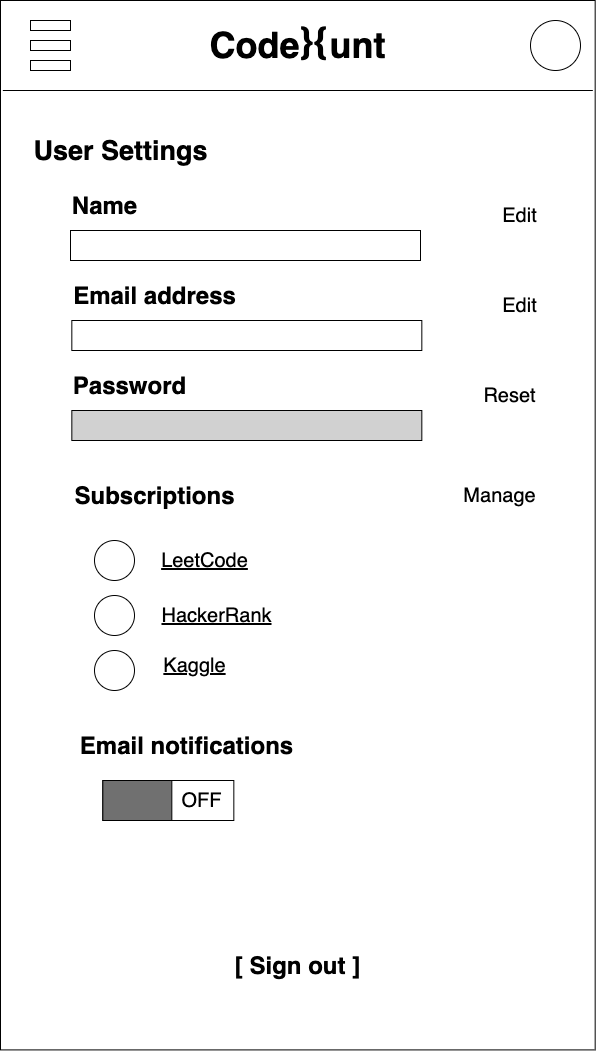
Earlier version of the draw.io export ux-design/wireframe/Wireframe-User-Settings.png (software-students-spring2022/final-project-codehunt). Source tidied: cells renumbered, new cells last; positions are measured from the earlier drawing's top-left corner, leaving out a move shared by most shapes. The source it was exported from:
```xml
<mxGraphModel>
  <root>
    <mxCell id="0" />
    <mxCell id="1" parent="0" />
    <mxCell id="2" style="rounded=0;whiteSpace=wrap;html=1;" parent="1" vertex="1">
      <mxGeometry width="594.7" height="1049.4" as="geometry" />
    </mxCell>
    <mxCell id="3" style="endArrow=none;html=1;rounded=0;" parent="1" edge="1">
      <mxGeometry relative="1" as="geometry">
        <mxPoint x="592.3" y="90" as="sourcePoint" />
        <mxPoint x="2.3" y="90" as="targetPoint" />
      </mxGeometry>
    </mxCell>
    <mxCell id="4" value="Code&amp;nbsp; &amp;nbsp;unt" style="text;html=1;align=center;verticalAlign=middle;strokeColor=none;fillColor=none;fontSize=36;fontStyle=1;" parent="1" vertex="1">
      <mxGeometry x="202.3" y="20" width="190" height="50" as="geometry" />
    </mxCell>
    <mxCell id="5" style="ellipse;whiteSpace=wrap;html=1;fontSize=22;" parent="1" vertex="1">
      <mxGeometry x="530" y="20" width="50" height="50" as="geometry" />
    </mxCell>
    <mxCell id="6" style="rounded=0;whiteSpace=wrap;html=1;fontSize=22;" parent="1" vertex="1">
      <mxGeometry x="30" y="20" width="40" height="10" as="geometry" />
    </mxCell>
    <mxCell id="7" style="rounded=0;whiteSpace=wrap;html=1;fontSize=22;" parent="1" vertex="1">
      <mxGeometry x="30" y="40" width="40" height="10" as="geometry" />
    </mxCell>
    <mxCell id="8" style="rounded=0;whiteSpace=wrap;html=1;fontSize=22;" parent="1" vertex="1">
      <mxGeometry x="30" y="60" width="40" height="10" as="geometry" />
    </mxCell>
    <mxCell id="9" value="User Settings" style="text;html=1;align=center;verticalAlign=middle;strokeColor=none;fillColor=none;fontSize=27;fontStyle=1;" parent="1" vertex="1">
      <mxGeometry x="25" y="130" width="190" height="40" as="geometry" />
    </mxCell>
    <mxCell id="10" value="Name" style="text;html=1;align=center;verticalAlign=middle;strokeColor=none;fillColor=none;fontSize=24;fontStyle=1;" parent="1" vertex="1">
      <mxGeometry x="64" y="190" width="80" height="30" as="geometry" />
    </mxCell>
    <mxCell id="11" value="Email address" style="text;html=1;align=center;verticalAlign=middle;strokeColor=none;fillColor=none;fontSize=24;fontStyle=1;" parent="1" vertex="1">
      <mxGeometry x="64" y="280" width="180" height="30" as="geometry" />
    </mxCell>
    <mxCell id="12" value="Subscriptions" style="text;html=1;align=center;verticalAlign=middle;strokeColor=none;fillColor=none;fontSize=24;fontStyle=1;" parent="1" vertex="1">
      <mxGeometry x="64" y="480" width="180" height="30" as="geometry" />
    </mxCell>
    <mxCell id="13" value="Edit" style="text;html=1;align=center;verticalAlign=middle;strokeColor=none;fillColor=none;fontSize=20;" parent="1" vertex="1">
      <mxGeometry x="494" y="200" width="50" height="30" as="geometry" />
    </mxCell>
    <mxCell id="14" value="Edit" style="text;html=1;align=center;verticalAlign=middle;strokeColor=none;fillColor=none;fontSize=20;" parent="1" vertex="1">
      <mxGeometry x="494" y="290" width="50" height="30" as="geometry" />
    </mxCell>
    <mxCell id="15" style="rounded=0;whiteSpace=wrap;html=1;fontSize=20;" parent="1" vertex="1">
      <mxGeometry x="70" y="230" width="350" height="30" as="geometry" />
    </mxCell>
    <mxCell id="16" style="rounded=0;whiteSpace=wrap;html=1;fontSize=20;" parent="1" vertex="1">
      <mxGeometry x="71.3" y="320" width="350" height="30" as="geometry" />
    </mxCell>
    <mxCell id="17" value="&lt;u&gt;LeetCode&lt;/u&gt;" style="text;html=1;align=center;verticalAlign=middle;strokeColor=none;fillColor=none;fontSize=20;" parent="1" vertex="1">
      <mxGeometry x="154" y="545" width="100" height="30" as="geometry" />
    </mxCell>
    <mxCell id="18" style="ellipse;whiteSpace=wrap;html=1;fontSize=22;" parent="1" vertex="1">
      <mxGeometry x="94" y="540" width="40" height="40" as="geometry" />
    </mxCell>
    <mxCell id="19" value="&lt;u&gt;HackerRank&lt;/u&gt;" style="text;html=1;align=center;verticalAlign=middle;strokeColor=none;fillColor=none;fontSize=20;" parent="1" vertex="1">
      <mxGeometry x="151" y="600" width="130" height="30" as="geometry" />
    </mxCell>
    <mxCell id="20" style="ellipse;whiteSpace=wrap;html=1;fontSize=22;" parent="1" vertex="1">
      <mxGeometry x="94" y="595" width="40" height="40" as="geometry" />
    </mxCell>
    <mxCell id="21" value="&lt;u&gt;Kaggle&lt;/u&gt;" style="text;html=1;align=center;verticalAlign=middle;strokeColor=none;fillColor=none;fontSize=20;" parent="1" vertex="1">
      <mxGeometry x="154" y="650" width="80" height="30" as="geometry" />
    </mxCell>
    <mxCell id="22" style="ellipse;whiteSpace=wrap;html=1;fontSize=22;" parent="1" vertex="1">
      <mxGeometry x="94" y="650" width="40" height="40" as="geometry" />
    </mxCell>
    <mxCell id="23" value="Manage" style="text;html=1;align=center;verticalAlign=middle;strokeColor=none;fillColor=none;fontSize=20;" parent="1" vertex="1">
      <mxGeometry x="454" y="480" width="90" height="30" as="geometry" />
    </mxCell>
    <mxCell id="24" value="Email notifications" style="text;html=1;align=center;verticalAlign=middle;strokeColor=none;fillColor=none;fontSize=24;fontStyle=1;" parent="1" vertex="1">
      <mxGeometry x="71.3" y="730" width="230" height="30" as="geometry" />
    </mxCell>
    <mxCell id="25" style="rounded=0;whiteSpace=wrap;html=1;fontSize=20;" parent="1" vertex="1">
      <mxGeometry x="102.3" y="780" width="131" height="40" as="geometry" />
    </mxCell>
    <mxCell id="26" style="endArrow=none;html=1;rounded=0;fontSize=20;exitX=0.5;exitY=0;exitDx=0;exitDy=0;entryX=0.5;entryY=1;entryDx=0;entryDy=0;" parent="1" edge="1" source="25" target="25">
      <mxGeometry relative="1" as="geometry" />
    </mxCell>
    <mxCell id="27" value="OFF" style="text;html=1;align=center;verticalAlign=middle;strokeColor=none;fillColor=none;fontSize=20;" parent="1" vertex="1">
      <mxGeometry x="170.7" y="785" width="60" height="30" as="geometry" />
    </mxCell>
    <mxCell id="28" style="rounded=0;whiteSpace=wrap;html=1;fontSize=20;fillColor=#707070;" parent="1" vertex="1">
      <mxGeometry x="102.3" y="780" width="69" height="40" as="geometry" />
    </mxCell>
    <mxCell id="29" value="}{" style="text;html=1;align=center;verticalAlign=middle;strokeColor=none;fillColor=none;fontSize=36;fontStyle=1;" parent="1" vertex="1">
      <mxGeometry x="294" y="15" width="40" height="50" as="geometry" />
    </mxCell>
    <mxCell id="30" value="[ Sign out ]" style="text;html=1;align=center;verticalAlign=middle;strokeColor=none;fillColor=none;fontSize=24;fontStyle=1;" parent="1" vertex="1">
      <mxGeometry x="227.3" y="950" width="140" height="30" as="geometry" />
    </mxCell>
    <mxCell id="31" value="Password" style="text;html=1;align=center;verticalAlign=middle;strokeColor=none;fillColor=none;fontSize=24;fontStyle=1;" parent="1" vertex="1">
      <mxGeometry x="64" y="370" width="130" height="30" as="geometry" />
    </mxCell>
    <mxCell id="32" value="Reset" style="text;html=1;align=center;verticalAlign=middle;strokeColor=none;fillColor=none;fontSize=20;" parent="1" vertex="1">
      <mxGeometry x="474" y="380" width="70" height="30" as="geometry" />
    </mxCell>
    <mxCell id="33" style="rounded=0;whiteSpace=wrap;html=1;fontSize=20;fontColor=#D1D1D1;fillColor=#D1D1D1;" parent="1" vertex="1">
      <mxGeometry x="71.3" y="410" width="350" height="30" as="geometry" />
    </mxCell>
  </root>
</mxGraphModel>
```
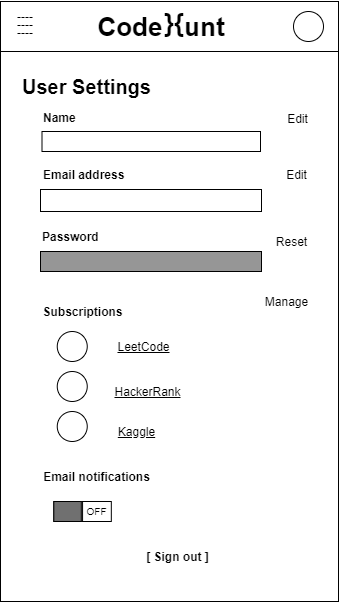
The same diagram one commit later.

The edit, as a diff of the source:
```diff
@@ -2,104 +2,95 @@
   <root>
     <mxCell id="0" />
     <mxCell id="1" parent="0" />
-    <mxCell id="2" style="rounded=0;whiteSpace=wrap;html=1;" parent="1" vertex="1">
-      <mxGeometry width="594.7" height="1049.4" as="geometry" />
-    </mxCell>
-    <mxCell id="3" style="endArrow=none;html=1;rounded=0;" parent="1" edge="1">
-      <mxGeometry relative="1" as="geometry">
-        <mxPoint x="592.3" y="90" as="sourcePoint" />
-        <mxPoint x="2.3" y="90" as="targetPoint" />
-      </mxGeometry>
-    </mxCell>
-    <mxCell id="4" value="Code&amp;nbsp; &amp;nbsp;unt" style="text;html=1;align=center;verticalAlign=middle;strokeColor=none;fillColor=none;fontSize=36;fontStyle=1;" parent="1" vertex="1">
-      <mxGeometry x="202.3" y="20" width="190" height="50" as="geometry" />
-    </mxCell>
-    <mxCell id="5" style="ellipse;whiteSpace=wrap;html=1;fontSize=22;" parent="1" vertex="1">
-      <mxGeometry x="530" y="20" width="50" height="50" as="geometry" />
-    </mxCell>
-    <mxCell id="6" style="rounded=0;whiteSpace=wrap;html=1;fontSize=22;" parent="1" vertex="1">
-      <mxGeometry x="30" y="20" width="40" height="10" as="geometry" />
-    </mxCell>
-    <mxCell id="7" style="rounded=0;whiteSpace=wrap;html=1;fontSize=22;" parent="1" vertex="1">
-      <mxGeometry x="30" y="40" width="40" height="10" as="geometry" />
-    </mxCell>
-    <mxCell id="8" style="rounded=0;whiteSpace=wrap;html=1;fontSize=22;" parent="1" vertex="1">
-      <mxGeometry x="30" y="60" width="40" height="10" as="geometry" />
-    </mxCell>
-    <mxCell id="9" value="User Settings" style="text;html=1;align=center;verticalAlign=middle;strokeColor=none;fillColor=none;fontSize=27;fontStyle=1;" parent="1" vertex="1">
-      <mxGeometry x="25" y="130" width="190" height="40" as="geometry" />
-    </mxCell>
+    <mxCell id="34" style="rounded=0;whiteSpace=wrap;html=1;fontSize=8;" parent="1" vertex="1">
+      <mxGeometry x="110" y="20" width="338" height="600" as="geometry" />
+    </mxCell>
+    <mxCell id="35" style="rounded=0;whiteSpace=wrap;html=1;" parent="1" vertex="1">
+      <mxGeometry x="110" y="20" width="338" height="50" as="geometry" />
+    </mxCell>
+    <mxCell id="36" value="&lt;p style=&quot;line-height: 0.7&quot;&gt;----&lt;br&gt;----&lt;br&gt;----&lt;/p&gt;" style="text;html=1;strokeColor=none;fillColor=none;align=center;verticalAlign=middle;whiteSpace=wrap;rounded=0;" parent="1" vertex="1">
+      <mxGeometry x="120" y="28" width="30" height="30" as="geometry" />
+    </mxCell>
+    <mxCell id="29" value="}{" style="text;html=1;strokeColor=none;fillColor=none;align=center;verticalAlign=middle;whiteSpace=wrap;rounded=0;fontSize=26;fontStyle=1;" parent="1" vertex="1">
+      <mxGeometry x="254" y="27" width="60" height="30" as="geometry" />
+    </mxCell>
+    <mxCell id="37" style="ellipse;whiteSpace=wrap;html=1;fontSize=28;" parent="1" vertex="1">
+      <mxGeometry x="403" y="30" width="30" height="30" as="geometry" />
+    </mxCell>
+    <mxCell id="38" style="rounded=0;whiteSpace=wrap;html=1;fontSize=21;" parent="1" vertex="1">
+      <mxGeometry x="151.5" y="150" width="218.5" height="20" as="geometry" />
+    </mxCell>
-    <mxCell id="10" value="Name" style="text;html=1;align=center;verticalAlign=middle;strokeColor=none;fillColor=none;fontSize=24;fontStyle=1;" parent="1" vertex="1">
-      <mxGeometry x="64" y="190" width="80" height="30" as="geometry" />
+    <mxCell id="10" value="Name" style="text;html=1;strokeColor=none;fillColor=none;align=left;verticalAlign=middle;whiteSpace=wrap;rounded=0;fontSize=12;fontStyle=1;" parent="1" vertex="1">
+      <mxGeometry x="151.5" y="120" width="100" height="32" as="geometry" />
     </mxCell>
-    <mxCell id="11" value="Email address" style="text;html=1;align=center;verticalAlign=middle;strokeColor=none;fillColor=none;fontSize=24;fontStyle=1;" parent="1" vertex="1">
-      <mxGeometry x="64" y="280" width="180" height="30" as="geometry" />
+    <mxCell id="11" value="Email address" style="text;html=1;strokeColor=none;fillColor=none;align=left;verticalAlign=middle;whiteSpace=wrap;rounded=0;fontSize=12;fontStyle=1;" parent="1" vertex="1">
+      <mxGeometry x="151.5" y="178" width="151" height="30" as="geometry" />
     </mxCell>
+    <mxCell id="31" value="Password" style="text;html=1;strokeColor=none;fillColor=none;align=left;verticalAlign=middle;whiteSpace=wrap;rounded=0;fontSize=12;fontStyle=1;" parent="1" vertex="1">
+      <mxGeometry x="150" y="240" width="154.6" height="30" as="geometry" />
+    </mxCell>
+    <mxCell id="39" style="rounded=0;whiteSpace=wrap;html=1;fontSize=21;" parent="1" vertex="1">
+      <mxGeometry x="150" y="208" width="221" height="22" as="geometry" />
+    </mxCell>
+    <mxCell id="40" style="rounded=0;whiteSpace=wrap;html=1;fontSize=21;fillColor=#969696;" parent="1" vertex="1">
+      <mxGeometry x="150" y="270" width="221" height="20" as="geometry" />
+    </mxCell>
+    <mxCell id="4" value="&lt;b style=&quot;font-size: 26px;&quot;&gt;Code&amp;nbsp; &amp;nbsp;unt&lt;/b&gt;" style="text;html=1;strokeColor=none;fillColor=none;align=center;verticalAlign=middle;whiteSpace=wrap;rounded=0;fontSize=26;" parent="1" vertex="1">
+      <mxGeometry x="156.4" y="31" width="230" height="30" as="geometry" />
+    </mxCell>
+    <mxCell id="9" value="User Settings" style="text;html=1;align=center;verticalAlign=middle;strokeColor=none;fillColor=none;fontSize=20;fontStyle=1;" parent="1" vertex="1">
+      <mxGeometry x="126.4" y="90" width="140" height="30" as="geometry" />
+    </mxCell>
-    <mxCell id="12" value="Subscriptions" style="text;html=1;align=center;verticalAlign=middle;strokeColor=none;fillColor=none;fontSize=24;fontStyle=1;" parent="1" vertex="1">
-      <mxGeometry x="64" y="480" width="180" height="30" as="geometry" />
+    <mxCell id="12" value="Subscriptions" style="text;html=1;align=center;verticalAlign=middle;strokeColor=none;fillColor=none;fontSize=12;fontStyle=1;" parent="1" vertex="1">
+      <mxGeometry x="142.1" y="320" width="100" height="20" as="geometry" />
     </mxCell>
-    <mxCell id="13" value="Edit" style="text;html=1;align=center;verticalAlign=middle;strokeColor=none;fillColor=none;fontSize=20;" parent="1" vertex="1">
-      <mxGeometry x="494" y="200" width="50" height="30" as="geometry" />
-    </mxCell>
-    <mxCell id="14" value="Edit" style="text;html=1;align=center;verticalAlign=middle;strokeColor=none;fillColor=none;fontSize=20;" parent="1" vertex="1">
-      <mxGeometry x="494" y="290" width="50" height="30" as="geometry" />
-    </mxCell>
-    <mxCell id="15" style="rounded=0;whiteSpace=wrap;html=1;fontSize=20;" parent="1" vertex="1">
-      <mxGeometry x="70" y="230" width="350" height="30" as="geometry" />
-    </mxCell>
-    <mxCell id="16" style="rounded=0;whiteSpace=wrap;html=1;fontSize=20;" parent="1" vertex="1">
-      <mxGeometry x="71.3" y="320" width="350" height="30" as="geometry" />
-    </mxCell>
-    <mxCell id="17" value="&lt;u&gt;LeetCode&lt;/u&gt;" style="text;html=1;align=center;verticalAlign=middle;strokeColor=none;fillColor=none;fontSize=20;" parent="1" vertex="1">
-      <mxGeometry x="154" y="545" width="100" height="30" as="geometry" />
+    <mxCell id="17" value="&lt;u style=&quot;font-size: 12px;&quot;&gt;LeetCode&lt;/u&gt;" style="text;html=1;align=center;verticalAlign=middle;strokeColor=none;fillColor=none;fontSize=12;" parent="1" vertex="1">
+      <mxGeometry x="218.1" y="355" width="70" height="20" as="geometry" />
     </mxCell>
-    <mxCell id="18" style="ellipse;whiteSpace=wrap;html=1;fontSize=22;" parent="1" vertex="1">
-      <mxGeometry x="94" y="540" width="40" height="40" as="geometry" />
-    </mxCell>
+    <mxCell id="41" style="ellipse;whiteSpace=wrap;html=1;fontSize=18;" parent="1" vertex="1">
+      <mxGeometry x="166.8" y="350" width="30" height="30" as="geometry" />
+    </mxCell>
-    <mxCell id="19" value="&lt;u&gt;HackerRank&lt;/u&gt;" style="text;html=1;align=center;verticalAlign=middle;strokeColor=none;fillColor=none;fontSize=20;" parent="1" vertex="1">
-      <mxGeometry x="151" y="600" width="130" height="30" as="geometry" />
+    <mxCell id="19" value="&lt;u style=&quot;font-size: 12px;&quot;&gt;HackerRank&lt;/u&gt;" style="text;html=1;align=center;verticalAlign=middle;strokeColor=none;fillColor=none;fontSize=12;" parent="1" vertex="1">
+      <mxGeometry x="217.2" y="400" width="80" height="20" as="geometry" />
     </mxCell>
-    <mxCell id="20" style="ellipse;whiteSpace=wrap;html=1;fontSize=22;" parent="1" vertex="1">
-      <mxGeometry x="94" y="595" width="40" height="40" as="geometry" />
-    </mxCell>
-    <mxCell id="21" value="&lt;u&gt;Kaggle&lt;/u&gt;" style="text;html=1;align=center;verticalAlign=middle;strokeColor=none;fillColor=none;fontSize=20;" parent="1" vertex="1">
-      <mxGeometry x="154" y="650" width="80" height="30" as="geometry" />
+    <mxCell id="21" value="&lt;u style=&quot;font-size: 12px;&quot;&gt;Kaggle&lt;/u&gt;" style="text;html=1;align=center;verticalAlign=middle;strokeColor=none;fillColor=none;fontSize=12;" parent="1" vertex="1">
+      <mxGeometry x="220.8" y="440" width="50" height="20" as="geometry" />
     </mxCell>
-    <mxCell id="22" style="ellipse;whiteSpace=wrap;html=1;fontSize=22;" parent="1" vertex="1">
-      <mxGeometry x="94" y="650" width="40" height="40" as="geometry" />
-    </mxCell>
-    <mxCell id="23" value="Manage" style="text;html=1;align=center;verticalAlign=middle;strokeColor=none;fillColor=none;fontSize=20;" parent="1" vertex="1">
-      <mxGeometry x="454" y="480" width="90" height="30" as="geometry" />
+    <mxCell id="23" value="Manage" style="text;html=1;align=center;verticalAlign=middle;strokeColor=none;fillColor=none;fontSize=12;" parent="1" vertex="1">
+      <mxGeometry x="365.9" y="310" width="60" height="20" as="geometry" />
     </mxCell>
+    <mxCell id="42" style="ellipse;whiteSpace=wrap;html=1;fontSize=18;" parent="1" vertex="1">
+      <mxGeometry x="166.8" y="390" width="30" height="30" as="geometry" />
+    </mxCell>
+    <mxCell id="43" style="ellipse;whiteSpace=wrap;html=1;fontSize=18;" parent="1" vertex="1">
+      <mxGeometry x="166.8" y="430" width="30" height="30" as="geometry" />
+    </mxCell>
-    <mxCell id="24" value="Email notifications" style="text;html=1;align=center;verticalAlign=middle;strokeColor=none;fillColor=none;fontSize=24;fontStyle=1;" parent="1" vertex="1">
-      <mxGeometry x="71.3" y="730" width="230" height="30" as="geometry" />
+    <mxCell id="24" value="Email notifications" style="text;html=1;align=center;verticalAlign=middle;strokeColor=none;fillColor=none;fontSize=12;fontStyle=1;" parent="1" vertex="1">
+      <mxGeometry x="146.4" y="484.7" width="120" height="20" as="geometry" />
     </mxCell>
-    <mxCell id="25" style="rounded=0;whiteSpace=wrap;html=1;fontSize=20;" parent="1" vertex="1">
-      <mxGeometry x="102.3" y="780" width="131" height="40" as="geometry" />
-    </mxCell>
-    <mxCell id="26" style="endArrow=none;html=1;rounded=0;fontSize=20;exitX=0.5;exitY=0;exitDx=0;exitDy=0;entryX=0.5;entryY=1;entryDx=0;entryDy=0;" parent="1" edge="1" source="25" target="25">
-      <mxGeometry relative="1" as="geometry" />
-    </mxCell>
+    <mxCell id="44" style="rounded=0;whiteSpace=wrap;html=1;fontSize=20;" parent="1" vertex="1">
+      <mxGeometry x="163.3" y="520" width="57.5" height="20" as="geometry" />
+    </mxCell>
+    <mxCell id="45" style="endArrow=none;html=1;rounded=0;fontSize=20;exitX=0.5;exitY=0;exitDx=0;exitDy=0;entryX=0.5;entryY=1;entryDx=0;entryDy=0;" parent="1" edge="1" source="44" target="44">
+      <mxGeometry relative="1" as="geometry" />
+    </mxCell>
-    <mxCell id="27" value="OFF" style="text;html=1;align=center;verticalAlign=middle;strokeColor=none;fillColor=none;fontSize=20;" parent="1" vertex="1">
-      <mxGeometry x="170.7" y="785" width="60" height="30" as="geometry" />
+    <mxCell id="27" value="OFF" style="text;html=1;align=center;verticalAlign=middle;strokeColor=none;fillColor=none;fontSize=10;" parent="1" vertex="1">
+      <mxGeometry x="186.4" y="520" width="40" height="20" as="geometry" />
     </mxCell>
-    <mxCell id="28" style="rounded=0;whiteSpace=wrap;html=1;fontSize=20;fillColor=#707070;" parent="1" vertex="1">
-      <mxGeometry x="102.3" y="780" width="69" height="40" as="geometry" />
-    </mxCell>
-    <mxCell id="29" value="}{" style="text;html=1;align=center;verticalAlign=middle;strokeColor=none;fillColor=none;fontSize=36;fontStyle=1;" parent="1" vertex="1">
-      <mxGeometry x="294" y="15" width="40" height="50" as="geometry" />
-    </mxCell>
+    <mxCell id="46" style="rounded=0;whiteSpace=wrap;html=1;fontSize=20;fillColor=#707070;" parent="1" vertex="1">
+      <mxGeometry x="163.3" y="520" width="27.5" height="20" as="geometry" />
+    </mxCell>
+    <mxCell id="47" value="Edit" style="text;html=1;align=center;verticalAlign=middle;strokeColor=none;fillColor=none;fontSize=12;" parent="1" vertex="1">
+      <mxGeometry x="386.5" y="127" width="40" height="20" as="geometry" />
+    </mxCell>
+    <mxCell id="48" value="Edit" style="text;html=1;align=center;verticalAlign=middle;strokeColor=none;fillColor=none;fontSize=12;" parent="1" vertex="1">
+      <mxGeometry x="386.4" y="183" width="40" height="20" as="geometry" />
+    </mxCell>
+    <mxCell id="32" value="Reset" style="text;html=1;align=center;verticalAlign=middle;strokeColor=none;fillColor=none;fontSize=12;" parent="1" vertex="1">
+      <mxGeometry x="376.4" y="250" width="50" height="20" as="geometry" />
+    </mxCell>
-    <mxCell id="30" value="[ Sign out ]" style="text;html=1;align=center;verticalAlign=middle;strokeColor=none;fillColor=none;fontSize=24;fontStyle=1;" parent="1" vertex="1">
-      <mxGeometry x="227.3" y="950" width="140" height="30" as="geometry" />
+    <mxCell id="30" value="[ Sign out ]" style="text;html=1;align=center;verticalAlign=middle;strokeColor=none;fillColor=none;fontSize=12;fontStyle=1;" parent="1" vertex="1">
+      <mxGeometry x="246.5" y="565" width="80" height="20" as="geometry" />
     </mxCell>
-    <mxCell id="31" value="Password" style="text;html=1;align=center;verticalAlign=middle;strokeColor=none;fillColor=none;fontSize=24;fontStyle=1;" parent="1" vertex="1">
-      <mxGeometry x="64" y="370" width="130" height="30" as="geometry" />
-    </mxCell>
-    <mxCell id="32" value="Reset" style="text;html=1;align=center;verticalAlign=middle;strokeColor=none;fillColor=none;fontSize=20;" parent="1" vertex="1">
-      <mxGeometry x="474" y="380" width="70" height="30" as="geometry" />
-    </mxCell>
-    <mxCell id="33" style="rounded=0;whiteSpace=wrap;html=1;fontSize=20;fontColor=#D1D1D1;fillColor=#D1D1D1;" parent="1" vertex="1">
-      <mxGeometry x="71.3" y="410" width="350" height="30" as="geometry" />
-    </mxCell>
   </root>
 </mxGraphModel>
```
